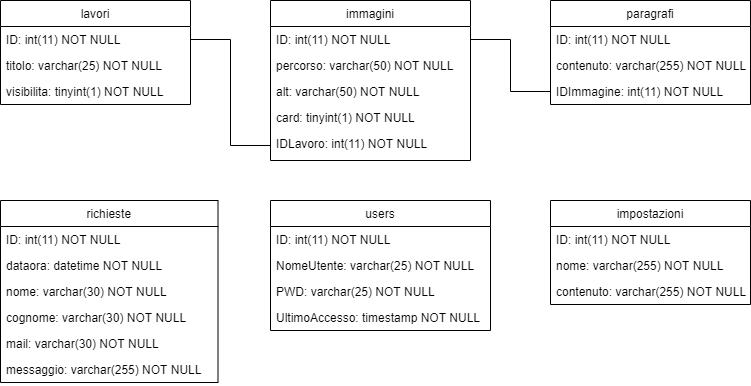
Above: Relazione/latex/images/db.png in httpedo13/progettotecweb (draw.io), before the change. Source tidied: cells renumbered, new cells last; positions are measured from the earlier drawing's top-left corner, leaving out a move shared by most shapes.
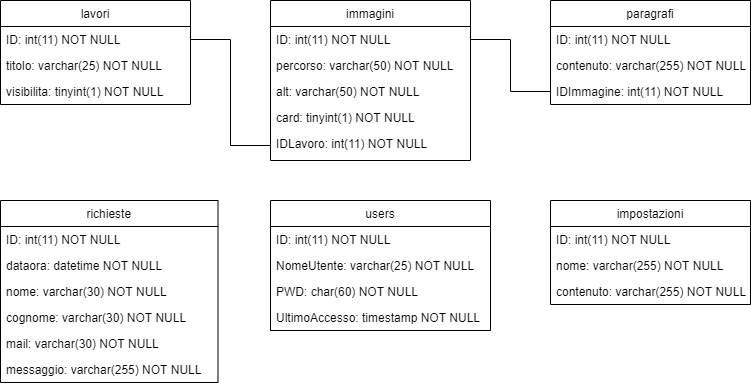
Above is the later version.

What changed in the source:
```diff
@@ -77,7 +77,7 @@
     <mxCell id="26" value="NomeUtente: varchar(25) NOT NULL" style="text;strokeColor=none;fillColor=none;align=left;verticalAlign=top;spacingLeft=4;spacingRight=4;overflow=hidden;" parent="24" vertex="1">
       <mxGeometry y="52" width="220" height="26" as="geometry" />
     </mxCell>
-    <mxCell id="27" value="PWD: varchar(25) NOT NULL" style="text;strokeColor=none;fillColor=none;align=left;verticalAlign=top;spacingLeft=4;spacingRight=4;overflow=hidden;" parent="24" vertex="1">
+    <mxCell id="27" value="PWD: char(60) NOT NULL" style="text;strokeColor=none;fillColor=none;align=left;verticalAlign=top;spacingLeft=4;spacingRight=4;overflow=hidden;" parent="24" vertex="1">
       <mxGeometry y="78" width="220" height="26" as="geometry" />
     </mxCell>
     <mxCell id="28" value="UltimoAccesso: timestamp NOT NULL" style="text;strokeColor=none;fillColor=none;align=left;verticalAlign=top;spacingLeft=4;spacingRight=4;overflow=hidden;" parent="24" vertex="1">
```
